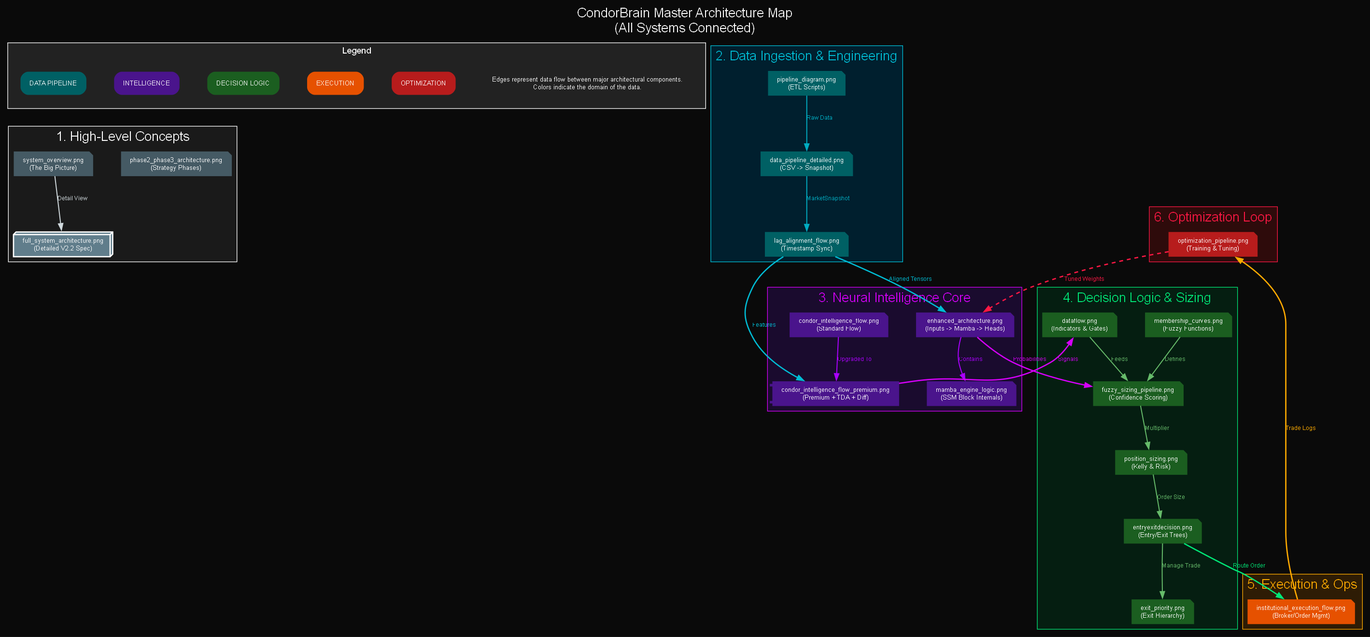
Above: docs/architecture/diagram_map.png in trextrader/spy-iron-condor-trading (Graphviz), before the change. Its source is kept beside it as docs/architecture/diagram_map.dot.
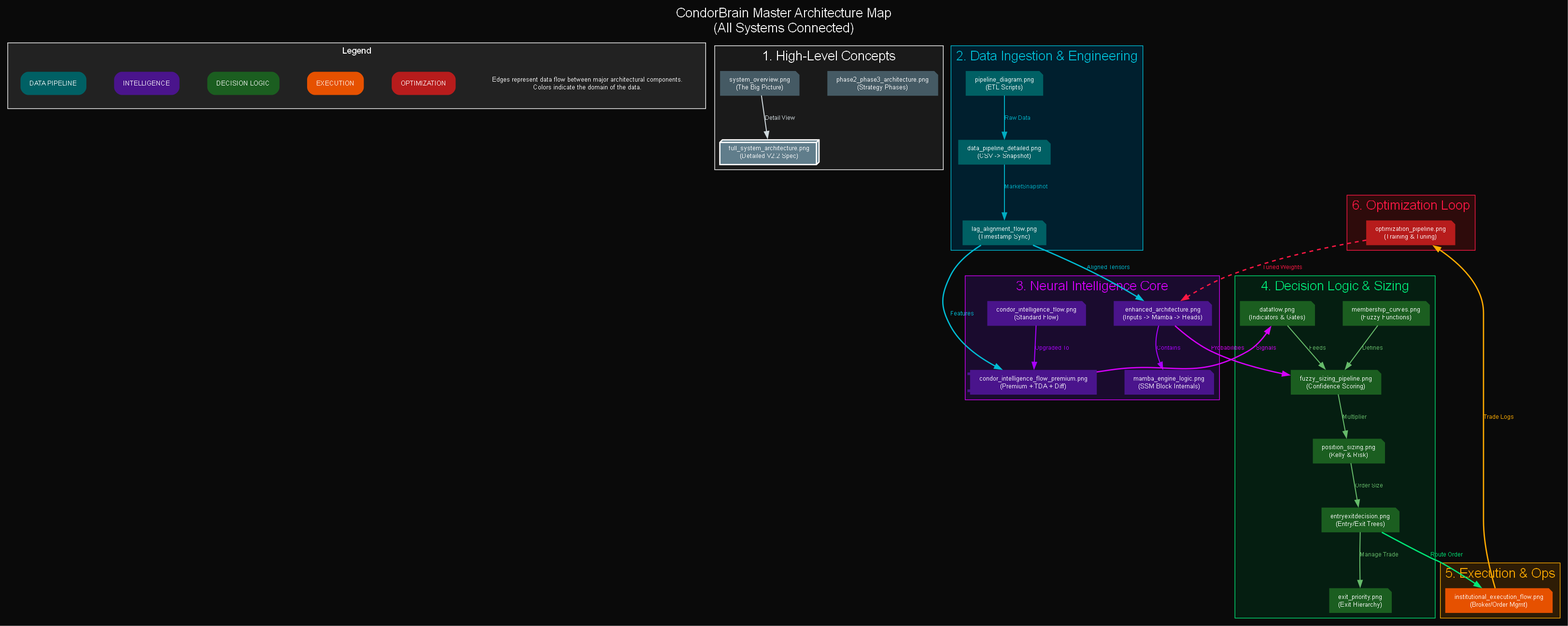
The same diagram one commit later.

Commit message:
Fix Diagram Map Legend Alignment (Center-to-Center Anchor)

Change to the diagram source:
```diff
@@ -131,7 +131,7 @@
     }
 
 
-    leg_data -> d_sys_overview [style=invis, weight=10];
+    leg_logic -> d_full [style=invis, weight=100];
 
     d_lag -> d_enhanced [label="Aligned Tensors", color="#00bcd4", fontcolor="#00bcd4", penwidth=2];
     d_lag -> d_flow_prem [label="Features", color="#00bcd4", fontcolor="#00bcd4", penwidth=2];
```
